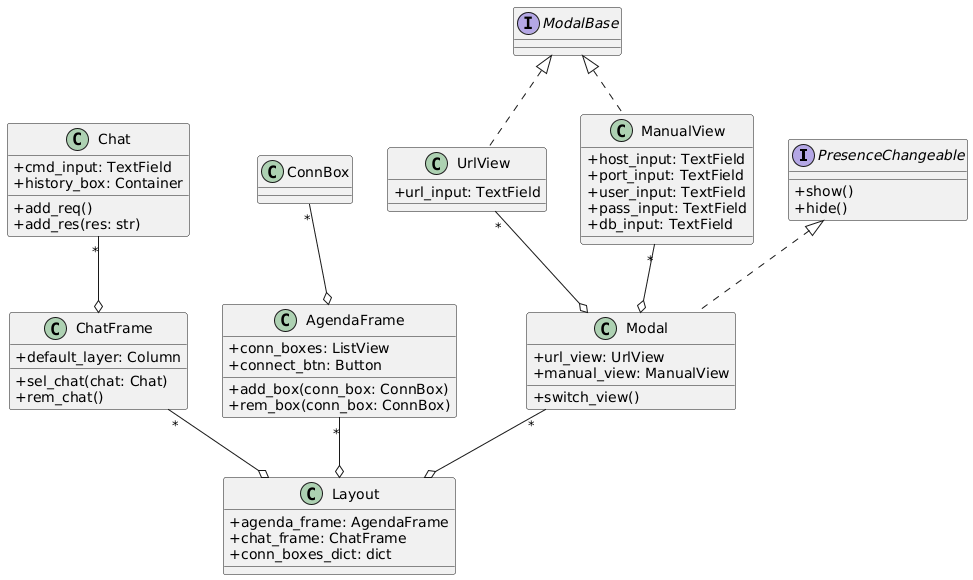
The PlantUML diagram doc/frontend/RC-application.frontend.png in petru-braha/RC-application, before a commit.
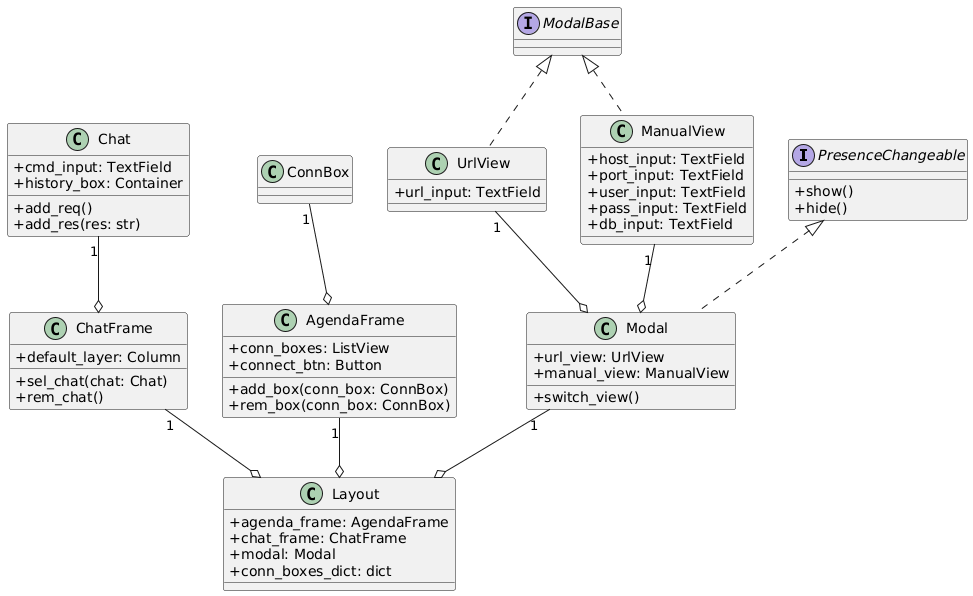
The same file after the commit.

Commit message:
feat: improvement class annotations with 1-1 relationship

Change to the diagram source:
```diff
@@ -36,6 +36,7 @@
 class Layout {
   +agenda_frame: AgendaFrame
   +chat_frame: ChatFrame
+  +modal: Modal
   +conn_boxes_dict: dict
 }
 
@@ -64,14 +65,14 @@
 ModalBase <|.. UrlView
 
 
-AgendaFrame o-up- "*" ConnBox
+AgendaFrame o-up- "1" ConnBox
 
-ChatFrame o-up- "*" Chat
+ChatFrame o-up- "1" Chat
 
-Layout o-up- "*" AgendaFrame
-Layout o-up- "*" ChatFrame
-Layout o-up- "*" Modal
+Layout o-up- "1" AgendaFrame
+Layout o-up- "1" ChatFrame
+Layout o-up- "1" Modal
 
-Modal o-up- "*" ManualView
-Modal o-up- "*" UrlView
+Modal o-up- "1" ManualView
+Modal o-up- "1" UrlView
 @enduml
```
